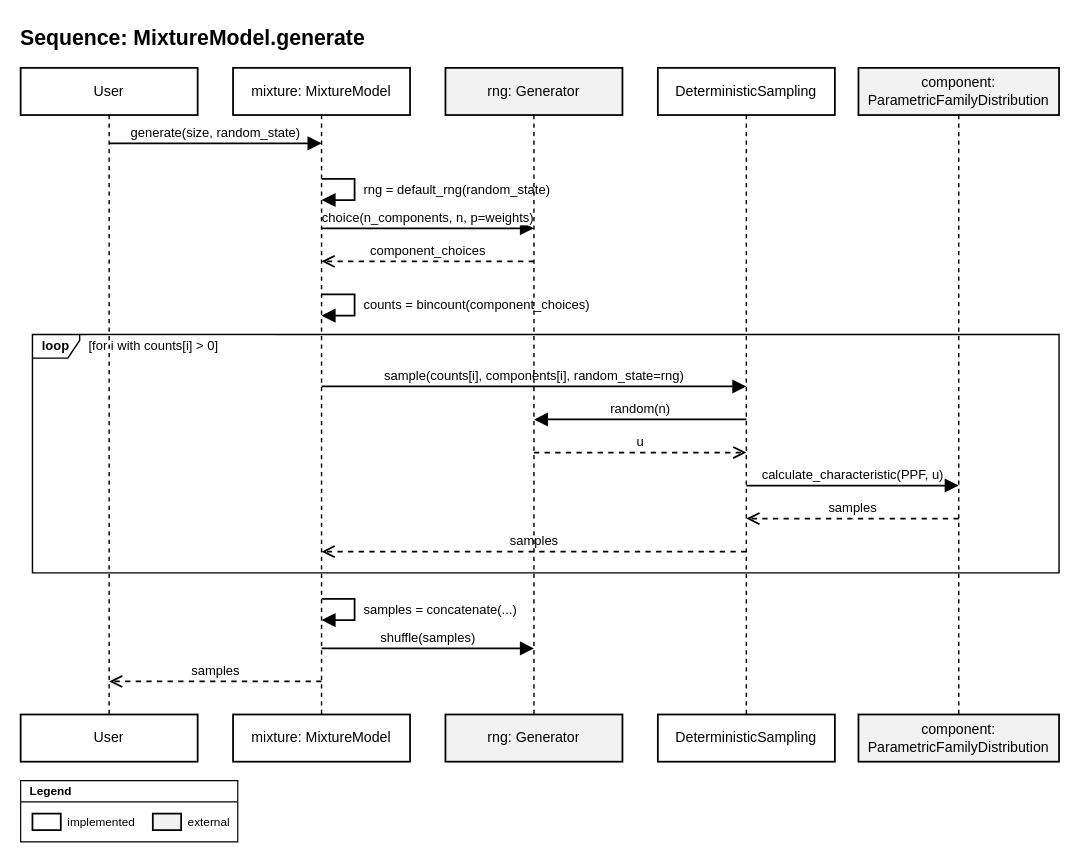
The draw.io diagram page "Sequence: generate" (2 of 2) of docs_new/source/design/modules/core/diagrams/core.drawio in PySATL/pysatl-mpest, before the edit. Source tidied: cells renumbered, new cells numbered last; positions are measured from the earlier drawing's top-left corner, leaving out a move shared by most shapes. Both pictures are drawn from the tidied source at 118%, with x=0, y=0 at pixel (20, 20).
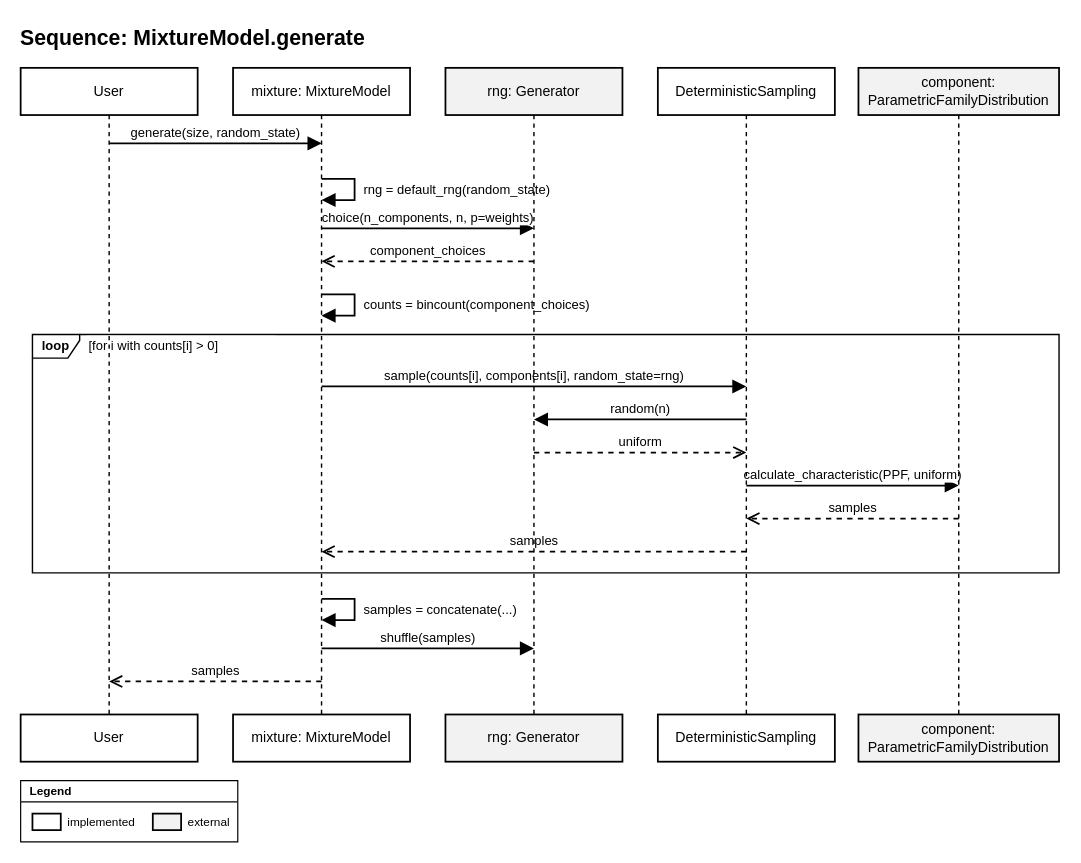
The same diagram, later.

Commit message (it also covers changes not shown here):
docs: name the uniform variates in the core generate sequence

What changed in the source:
```diff
@@
-    <mxCell id="14" value="u" style="dashed=1;endArrow=open;endFill=0;html=1;rounded=0;endSize=8;strokeColor=#000000;strokeWidth=1.5;fontSize=11;verticalAlign=bottom;labelBackgroundColor=#ffffff;fontFamily=Helvetica;fontColor=#000000;" parent="1" edge="1">
+    <mxCell id="14" value="uniform" style="dashed=1;endArrow=open;endFill=0;html=1;rounded=0;endSize=8;strokeColor=#000000;strokeWidth=1.5;fontSize=11;verticalAlign=bottom;labelBackgroundColor=#ffffff;fontFamily=Helvetica;fontColor=#000000;" parent="1" edge="1">
       <mxGeometry relative="1" as="geometry">
         <mxPoint x="435" y="366" as="sourcePoint" />
         <mxPoint x="615" y="366" as="targetPoint" />
       </mxGeometry>
     </mxCell>
-    <mxCell id="15" value="calculate_characteristic(PPF, u)" style="endArrow=block;endFill=1;html=1;rounded=0;endSize=8;strokeColor=#000000;strokeWidth=1.5;fontSize=11;verticalAlign=bottom;labelBackgroundColor=#ffffff;fontFamily=Helvetica;fontColor=#000000;" parent="1" edge="1">
+    <mxCell id="15" value="calculate_characteristic(PPF, uniform)" style="endArrow=block;endFill=1;html=1;rounded=0;endSize=8;strokeColor=#000000;strokeWidth=1.5;fontSize=11;verticalAlign=bottom;labelBackgroundColor=#ffffff;fontFamily=Helvetica;fontColor=#000000;" parent="1" edge="1">
       <mxGeometry relative="1" as="geometry">
         <mxPoint x="615" y="394" as="sourcePoint" />
         <mxPoint x="795" y="394" as="targetPoint" />
       </mxGeometry>
     </mxCell>
```
